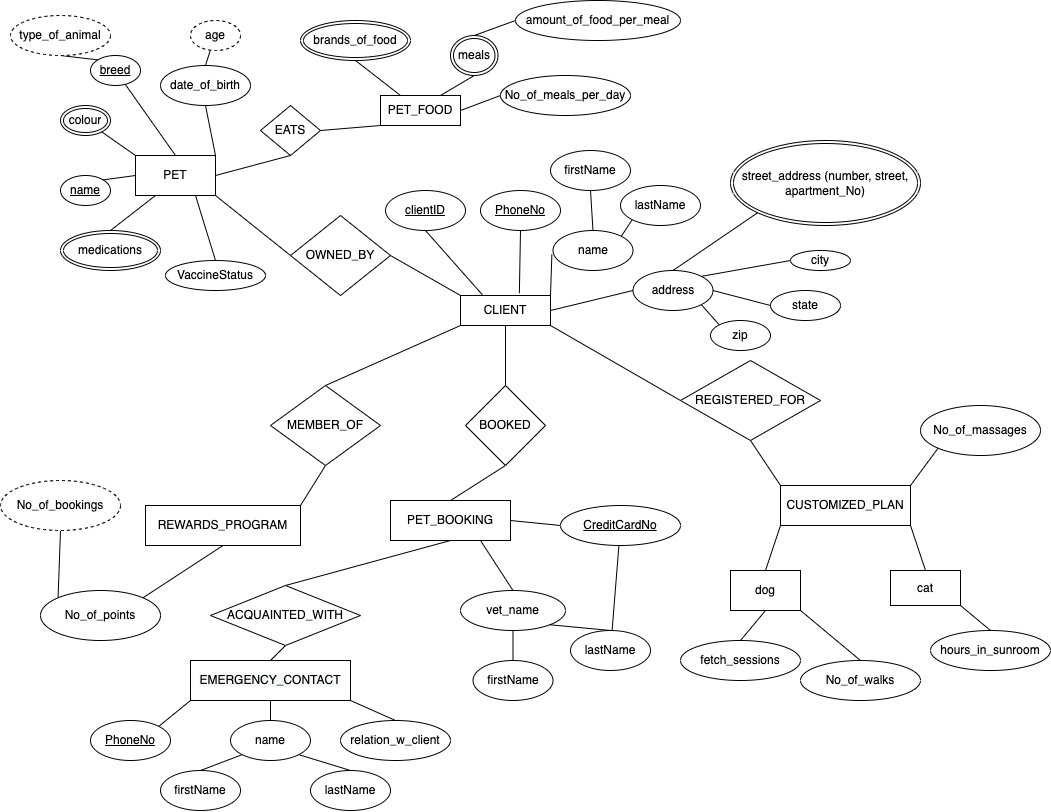
Earlier version of the draw.io export YYC_Pet_Resort.drawio.png (Maan-Khedr-ENSF-300/assignment-2-erds-code-of-duty). Source tidied: cells renumbered, new cells last; positions are measured from the earlier drawing's top-left corner, leaving out a move shared by most shapes.
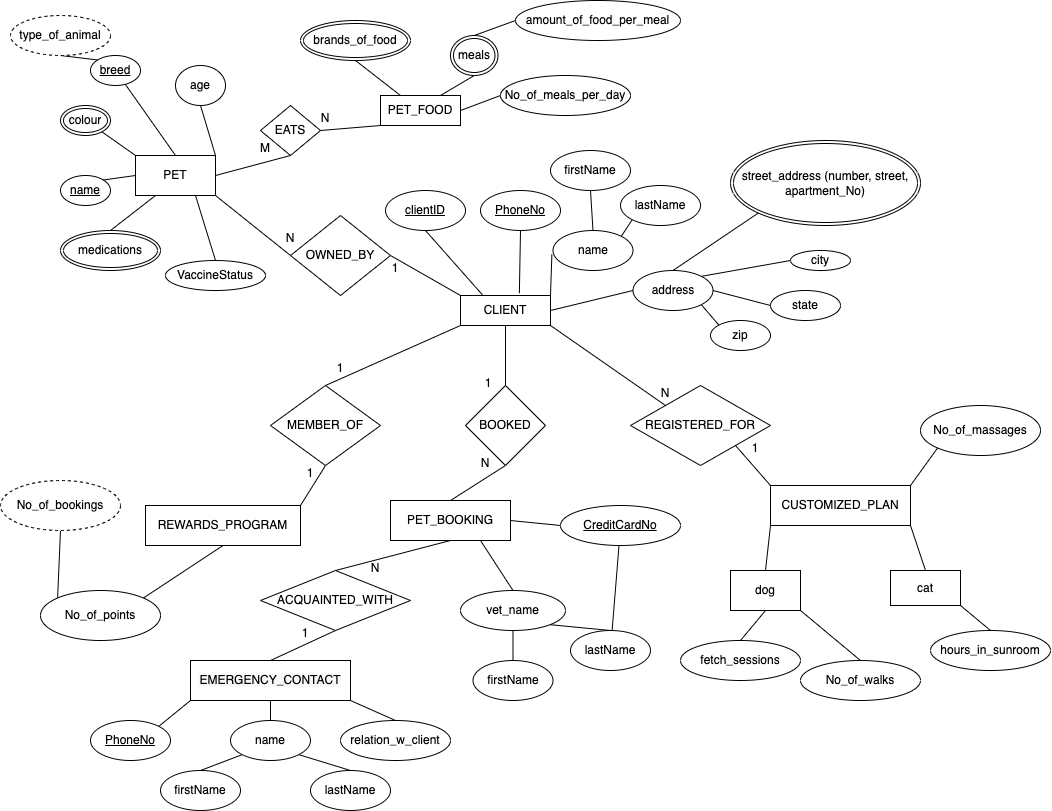
After the commit.

Commit message:
Add cardinality constraints

What changed in the source:
```diff
@@ -38,21 +38,15 @@
     <mxCell id="13" value="breed" style="ellipse;whiteSpace=wrap;html=1;align=center;fontStyle=4;" parent="1" vertex="1">
       <mxGeometry x="90" y="55" width="50" height="30" as="geometry" />
     </mxCell>
-    <mxCell id="14" value="date_of_birth" style="ellipse;whiteSpace=wrap;html=1;" parent="1" vertex="1">
-      <mxGeometry x="160" y="65" width="90" height="40" as="geometry" />
+    <mxCell id="14" value="age" style="ellipse;whiteSpace=wrap;html=1;" parent="1" vertex="1">
+      <mxGeometry x="175" y="65" width="50" height="40" as="geometry" />
     </mxCell>
     <mxCell id="15" value="name" style="ellipse;whiteSpace=wrap;html=1;align=center;fontStyle=4;" parent="1" vertex="1">
       <mxGeometry x="60" y="175" width="50" height="30" as="geometry" />
     </mxCell>
-    <mxCell id="16" value="age" style="ellipse;whiteSpace=wrap;html=1;align=center;dashed=1;" parent="1" vertex="1">
-      <mxGeometry x="190" y="20" width="50" height="30" as="geometry" />
-    </mxCell>
     <mxCell id="17" style="endArrow=none;html=1;rounded=0;exitX=1;exitY=0;exitDx=0;exitDy=0;entryX=0;entryY=0.5;entryDx=0;entryDy=0;" parent="1" edge="1" source="15" target="4">
       <mxGeometry relative="1" as="geometry" />
     </mxCell>
-    <mxCell id="18" style="endArrow=none;html=1;rounded=0;entryX=0.5;entryY=0;entryDx=0;entryDy=0;exitX=0.394;exitY=1.007;exitDx=0;exitDy=0;exitPerimeter=0;" parent="1" edge="1" source="16" target="14">
-      <mxGeometry relative="1" as="geometry" />
-    </mxCell>
     <mxCell id="19" style="edgeStyle=none;rounded=0;jettySize=auto;html=1;exitX=1;exitY=0.5;exitDx=0;exitDy=0;entryX=0;entryY=1;entryDx=0;entryDy=0;endArrow=none;endFill=0;" parent="1" edge="1" source="20" target="8">
       <mxGeometry relative="1" as="geometry" />
     </mxCell>
@@ -137,14 +131,14 @@
     <mxCell id="46" value="firstName" style="ellipse;whiteSpace=wrap;html=1;" parent="1" vertex="1">
       <mxGeometry x="550" y="150" width="80" height="40" as="geometry" />
     </mxCell>
-    <mxCell id="47" style="edgeStyle=none;rounded=0;jettySize=auto;html=1;exitX=0;exitY=0.5;exitDx=0;exitDy=0;entryX=1;entryY=1;entryDx=0;entryDy=0;endArrow=none;endFill=0;" parent="1" edge="1" source="49" target="32">
+    <mxCell id="47" style="edgeStyle=none;rounded=0;jettySize=auto;html=1;exitX=0;exitY=0;exitDx=0;exitDy=0;entryX=1;entryY=1;entryDx=0;entryDy=0;endArrow=none;endFill=0;" parent="1" edge="1" source="49" target="32">
       <mxGeometry relative="1" as="geometry" />
     </mxCell>
-    <mxCell id="48" style="edgeStyle=none;rounded=0;jettySize=auto;html=1;exitX=0.5;exitY=1;exitDx=0;exitDy=0;entryX=0;entryY=0;entryDx=0;entryDy=0;endArrow=none;endFill=0;" parent="1" edge="1" source="49" target="60">
+    <mxCell id="48" style="edgeStyle=none;rounded=0;jettySize=auto;html=1;exitX=1;exitY=1;exitDx=0;exitDy=0;entryX=0;entryY=0;entryDx=0;entryDy=0;endArrow=none;endFill=0;" parent="1" edge="1" source="49" target="60">
       <mxGeometry relative="1" as="geometry" />
     </mxCell>
     <mxCell id="49" value="REGISTERED_FOR" style="rhombus;whiteSpace=wrap;html=1;" parent="1" vertex="1">
-      <mxGeometry x="680" y="360" width="140" height="80" as="geometry" />
+      <mxGeometry x="630" y="385" width="140" height="80" as="geometry" />
     </mxCell>
     <mxCell id="50" style="edgeStyle=none;rounded=0;jettySize=auto;html=1;exitX=0.5;exitY=1;exitDx=0;exitDy=0;entryX=0.5;entryY=0;entryDx=0;entryDy=0;endArrow=none;endFill=0;" parent="1" edge="1" source="51" target="56">
       <mxGeometry relative="1" as="geometry" />
@@ -177,7 +171,7 @@
       <mxGeometry relative="1" as="geometry" />
     </mxCell>
     <mxCell id="60" value="CUSTOMIZED_PLAN" style="rounded=0;whiteSpace=wrap;html=1;" parent="1" vertex="1">
-      <mxGeometry x="780" y="485" width="130" height="40" as="geometry" />
+      <mxGeometry x="770" y="485" width="140" height="40" as="geometry" />
     </mxCell>
     <mxCell id="61" value="REWARDS_PROGRAM" style="rounded=0;whiteSpace=wrap;html=1;" parent="1" vertex="1">
       <mxGeometry x="145" y="505" width="155" height="40" as="geometry" />
@@ -243,7 +237,7 @@
       <mxGeometry relative="1" as="geometry" />
     </mxCell>
     <mxCell id="82" value="ACQUAINTED_WITH" style="rhombus;whiteSpace=wrap;html=1;" parent="1" vertex="1">
-      <mxGeometry x="210" y="585" width="150" height="60" as="geometry" />
+      <mxGeometry x="260" y="570" width="150" height="60" as="geometry" />
     </mxCell>
     <mxCell id="83" value="lastName" style="ellipse;whiteSpace=wrap;html=1;" parent="1" vertex="1">
       <mxGeometry x="310" y="770" width="80" height="40" as="geometry" />
@@ -314,5 +308,41 @@
     <mxCell id="105" value="type_of_animal" style="ellipse;whiteSpace=wrap;html=1;align=center;dashed=1;" parent="1" vertex="1">
       <mxGeometry x="10" y="15" width="100" height="40" as="geometry" />
     </mxCell>
+    <mxCell id="106" value="M" style="text;html=1;strokeColor=none;fillColor=none;align=center;verticalAlign=middle;whiteSpace=wrap;rounded=0;" parent="1" vertex="1">
+      <mxGeometry x="250" y="140" width="30" height="15" as="geometry" />
+    </mxCell>
+    <mxCell id="107" value="N" style="text;html=1;strokeColor=none;fillColor=none;align=center;verticalAlign=middle;whiteSpace=wrap;rounded=0;" parent="1" vertex="1">
+      <mxGeometry x="310" y="110" width="30" height="15" as="geometry" />
+    </mxCell>
+    <mxCell id="108" value="1" style="text;html=1;strokeColor=none;fillColor=none;align=center;verticalAlign=middle;whiteSpace=wrap;rounded=0;" parent="1" vertex="1">
+      <mxGeometry x="380" y="260" width="30" height="15" as="geometry" />
+    </mxCell>
+    <mxCell id="109" value="N" style="text;html=1;strokeColor=none;fillColor=none;align=center;verticalAlign=middle;whiteSpace=wrap;rounded=0;" parent="1" vertex="1">
+      <mxGeometry x="275" y="230" width="30" height="15" as="geometry" />
+    </mxCell>
+    <mxCell id="110" value="1" style="text;html=1;strokeColor=none;fillColor=none;align=center;verticalAlign=middle;whiteSpace=wrap;rounded=0;" parent="1" vertex="1">
+      <mxGeometry x="325" y="360" width="30" height="15" as="geometry" />
+    </mxCell>
+    <mxCell id="111" value="1" style="text;html=1;strokeColor=none;fillColor=none;align=center;verticalAlign=middle;whiteSpace=wrap;rounded=0;" parent="1" vertex="1">
+      <mxGeometry x="295" y="465" width="30" height="15" as="geometry" />
+    </mxCell>
+    <mxCell id="112" value="1" style="text;html=1;strokeColor=none;fillColor=none;align=center;verticalAlign=middle;whiteSpace=wrap;rounded=0;" parent="1" vertex="1">
+      <mxGeometry x="472.5" y="375" width="30" height="15" as="geometry" />
+    </mxCell>
+    <mxCell id="113" value="N" style="text;html=1;strokeColor=none;fillColor=none;align=center;verticalAlign=middle;whiteSpace=wrap;rounded=0;" parent="1" vertex="1">
+      <mxGeometry x="470" y="455" width="30" height="15" as="geometry" />
+    </mxCell>
+    <mxCell id="114" value="N" style="text;html=1;strokeColor=none;fillColor=none;align=center;verticalAlign=middle;whiteSpace=wrap;rounded=0;" parent="1" vertex="1">
+      <mxGeometry x="650" y="385" width="30" height="15" as="geometry" />
+    </mxCell>
+    <mxCell id="115" value="1" style="text;html=1;strokeColor=none;fillColor=none;align=center;verticalAlign=middle;whiteSpace=wrap;rounded=0;" parent="1" vertex="1">
+      <mxGeometry x="740" y="440" width="30" height="15" as="geometry" />
+    </mxCell>
+    <mxCell id="116" value="1" style="text;html=1;strokeColor=none;fillColor=none;align=center;verticalAlign=middle;whiteSpace=wrap;rounded=0;" parent="1" vertex="1">
+      <mxGeometry x="290" y="625" width="30" height="15" as="geometry" />
+    </mxCell>
+    <mxCell id="117" value="N" style="text;html=1;strokeColor=none;fillColor=none;align=center;verticalAlign=middle;whiteSpace=wrap;rounded=0;" parent="1" vertex="1">
+      <mxGeometry x="360" y="560" width="30" height="15" as="geometry" />
+    </mxCell>
   </root>
 </mxGraphModel>
```
